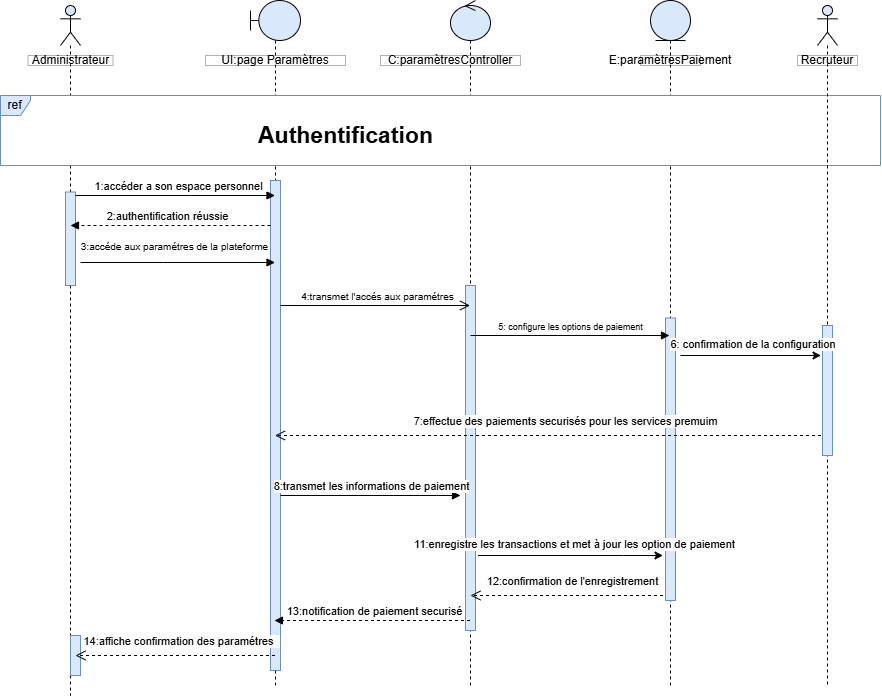
Above: Diagramme sequence options de paiement .drawio.png in chirine1/-project (draw.io), before the change. Source tidied: cells renumbered, new cells last; positions are measured from the earlier drawing's top-left corner, leaving out a move shared by most shapes.
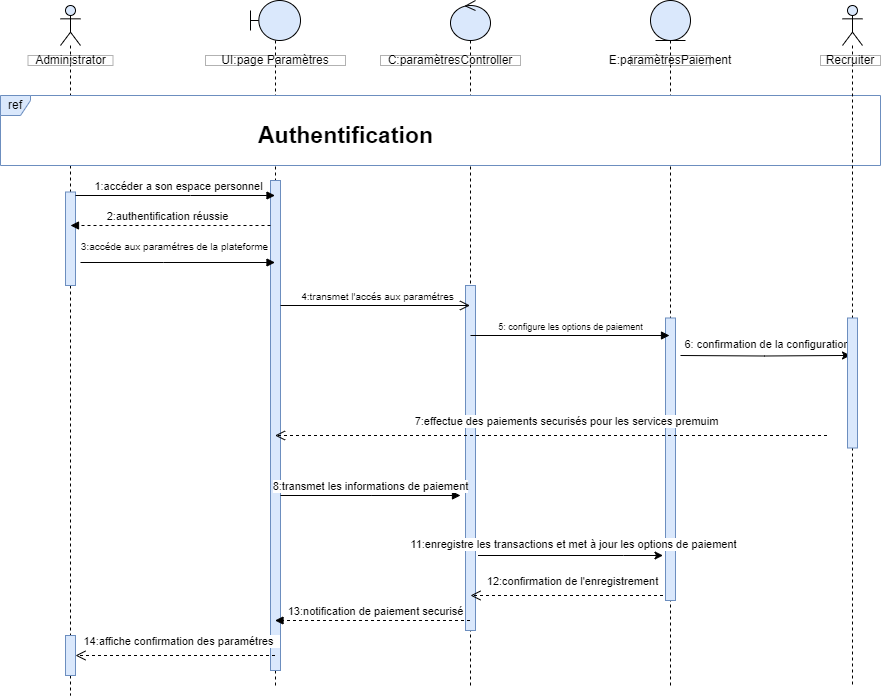
Later version of the same file.

Commit message:
Mettre à jour Diagramme sequence options de paiement .drawio.png

Diff of the diagram source:
```diff
@@ -27,7 +27,7 @@
       <mxGeometry x="5" y="186.5" width="10" height="93.5" as="geometry" />
     </mxCell>
     <mxCell id="10" style="html=1;perimeter=orthogonalPerimeter;targetShapes=umlLifeline;newEdgeStyle={&quot;curved&quot;:0,&quot;rounded&quot;:0};fillColor=#dae8fc;strokeColor=#6c8ebf;" parent="8" vertex="1">
-      <mxGeometry x="10" y="630" width="10" height="40" as="geometry" />
+      <mxGeometry x="5" y="630" width="10" height="40" as="geometry" />
     </mxCell>
     <mxCell id="11" value="7:effectue des paiements securisés pour les services premuim" style="html=1;verticalAlign=bottom;endArrow=open;dashed=1;endSize=8;curved=0;rounded=0;" parent="1" edge="1">
       <mxGeometry x="-0.05" y="-5" relative="1" as="geometry">
@@ -40,7 +40,7 @@
         <mxPoint x="70" y="225" as="targetPoint" />
       </mxGeometry>
     </mxCell>
-    <mxCell id="13" value="Administrateur" style="html=1;whiteSpace=wrap;opacity=30;gradientColor=none;fillColor=default;fillStyle=auto;rounded=0;" parent="1" vertex="1">
+    <mxCell id="13" value="Administrator" style="html=1;whiteSpace=wrap;opacity=30;gradientColor=none;fillColor=default;fillStyle=auto;rounded=0;" parent="1" vertex="1">
       <mxGeometry x="27.5" y="55" width="85" height="10" as="geometry" />
     </mxCell>
     <mxCell id="14" value="UI:page Paramètres" style="html=1;whiteSpace=wrap;opacity=30;gradientColor=none;fillColor=default;fillStyle=auto;rounded=0;" parent="1" vertex="1">
@@ -50,7 +50,7 @@
       <mxGeometry x="380" y="55" width="140" height="10" as="geometry" />
     </mxCell>
     <mxCell id="16" value="E:paramètresPaiement" style="html=1;whiteSpace=wrap;opacity=30;gradientColor=none;fillColor=default;fillStyle=auto;rounded=0;" parent="1" vertex="1">
-      <mxGeometry x="640" y="55" width="60" height="10" as="geometry" />
+      <mxGeometry x="630" y="55" width="80" height="10" as="geometry" />
     </mxCell>
     <mxCell id="17" value="1:accéder a son espace personnel" style="html=1;verticalAlign=bottom;endArrow=block;curved=0;rounded=0;" parent="1" edge="1" target="2">
       <mxGeometry x="0.03" relative="1" as="geometry">
@@ -110,7 +110,7 @@
         </Array>
       </mxGeometry>
     </mxCell>
-    <mxCell id="26" value="11:enregistre les transactions et met à jour les option de paiement" style="edgeLabel;html=1;align=center;verticalAlign=middle;" parent="25" vertex="1">
+    <mxCell id="26" value="11:enregistre les transactions et met à jour les options de paiement" style="edgeLabel;html=1;align=center;verticalAlign=middle;" parent="25" vertex="1">
       <mxGeometry x="-0.03" y="-1" relative="1" as="geometry">
         <mxPoint x="6" y="-13" as="offset" />
       </mxGeometry>
@@ -132,22 +132,14 @@
       </mxGeometry>
     </mxCell>
     <mxCell id="29" style="shape=umlLifeline;perimeter=lifelinePerimeter;whiteSpace=wrap;html=1;newEdgeStyle={&quot;curved&quot;:0,&quot;rounded&quot;:0};participant=umlActor;fillColor=#dae8fc;strokeColor=default;" parent="1" vertex="1">
-      <mxGeometry x="817" y="5" width="20" height="680" as="geometry" />
+      <mxGeometry x="842" y="5" width="20" height="680" as="geometry" />
     </mxCell>
-    <mxCell id="30" style="html=1;points=[[0,0,0,0,5],[0,1,0,0,-5],[1,0,0,0,5],[1,1,0,0,-5]];perimeter=orthogonalPerimeter;outlineConnect=0;targetShapes=umlLifeline;portConstraint=eastwest;newEdgeStyle={&quot;curved&quot;:0,&quot;rounded&quot;:0};fillColor=#dae8fc;strokeColor=#6c8ebf;" parent="29" vertex="1">
-      <mxGeometry x="5" y="320" width="10" height="130" as="geometry" />
-    </mxCell>
-    <mxCell id="31" value="Recruteur" style="html=1;whiteSpace=wrap;opacity=30;gradientColor=none;fillColor=default;fillStyle=auto;rounded=0;" parent="1" vertex="1">
-      <mxGeometry x="797" y="55" width="60" height="10" as="geometry" />
+    <mxCell id="31" value="Recruiter" style="html=1;whiteSpace=wrap;opacity=30;gradientColor=none;fillColor=default;fillStyle=auto;rounded=0;" parent="1" vertex="1">
+      <mxGeometry x="820" y="55" width="60" height="10" as="geometry" />
     </mxCell>
-    <mxCell id="32" style="edgeStyle=orthogonalEdgeStyle;rounded=0;orthogonalLoop=1;jettySize=auto;html=1;curved=0;" parent="1" edge="1">
+    <mxCell id="32" style="edgeStyle=orthogonalEdgeStyle;rounded=0;jettySize=auto;html=1;curved=0;entryX=0.3;entryY=0.288;entryDx=0;entryDy=0;entryPerimeter=0;" parent="1" edge="1" target="30">
       <mxGeometry relative="1" as="geometry">
         <mxPoint x="680" y="355" as="sourcePoint" />
-        <mxPoint x="821" y="355" as="targetPoint" />
-        <Array as="points">
-          <mxPoint x="820.5" y="355" />
-          <mxPoint x="820.5" y="355" />
-        </Array>
       </mxGeometry>
     </mxCell>
     <mxCell id="33" value="6: confirmation de la configuration&amp;nbsp;" style="edgeLabel;html=1;align=center;verticalAlign=middle;" parent="32" vertex="1">
@@ -155,5 +147,8 @@
         <mxPoint x="6" y="-13" as="offset" />
       </mxGeometry>
     </mxCell>
+    <mxCell id="30" style="html=1;points=[[0,0,0,0,5],[0,1,0,0,-5],[1,0,0,0,5],[1,1,0,0,-5]];perimeter=orthogonalPerimeter;outlineConnect=0;targetShapes=umlLifeline;portConstraint=eastwest;newEdgeStyle={&quot;curved&quot;:0,&quot;rounded&quot;:0};fillColor=#dae8fc;strokeColor=#6c8ebf;" parent="1" vertex="1">
+      <mxGeometry x="847" y="317.5" width="10" height="130" as="geometry" />
+    </mxCell>
   </root>
 </mxGraphModel>
```
